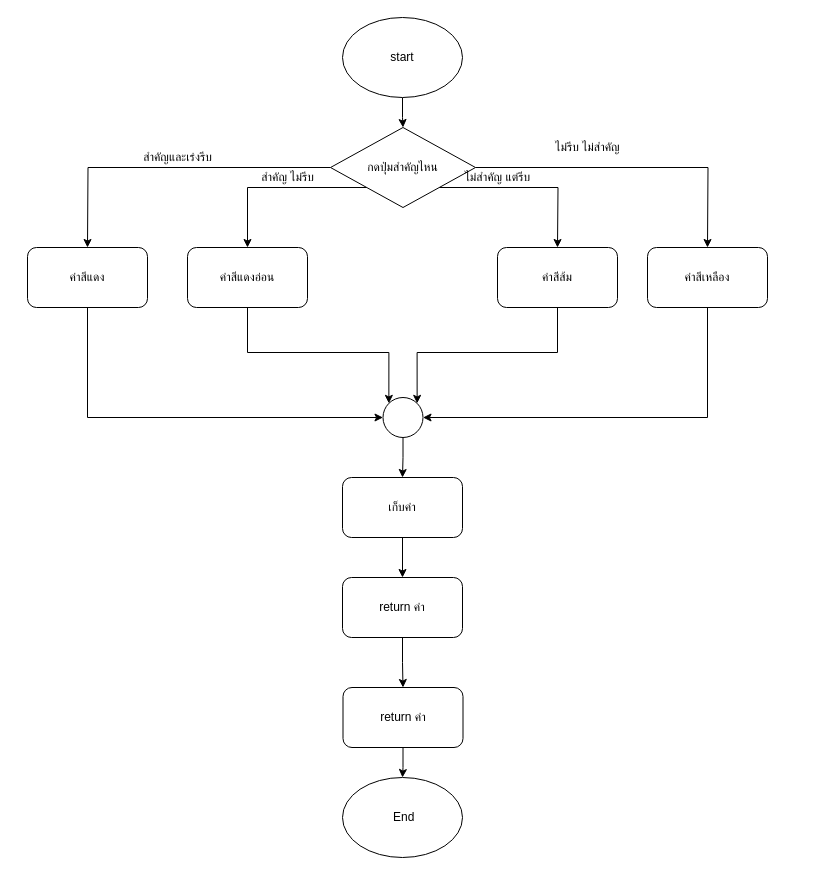
Earlier version of the draw.io diagram page "function check important" (3 of 8) of prototype.drawio (Putthima/PSIT_Project_2020). Source tidied: cells renumbered, new cells numbered last; positions are measured from the earlier drawing's top-left corner, leaving out a move shared by most shapes. Both pictures are drawn from the tidied source at 100%, with x=0, y=0 at pixel (27, 17).
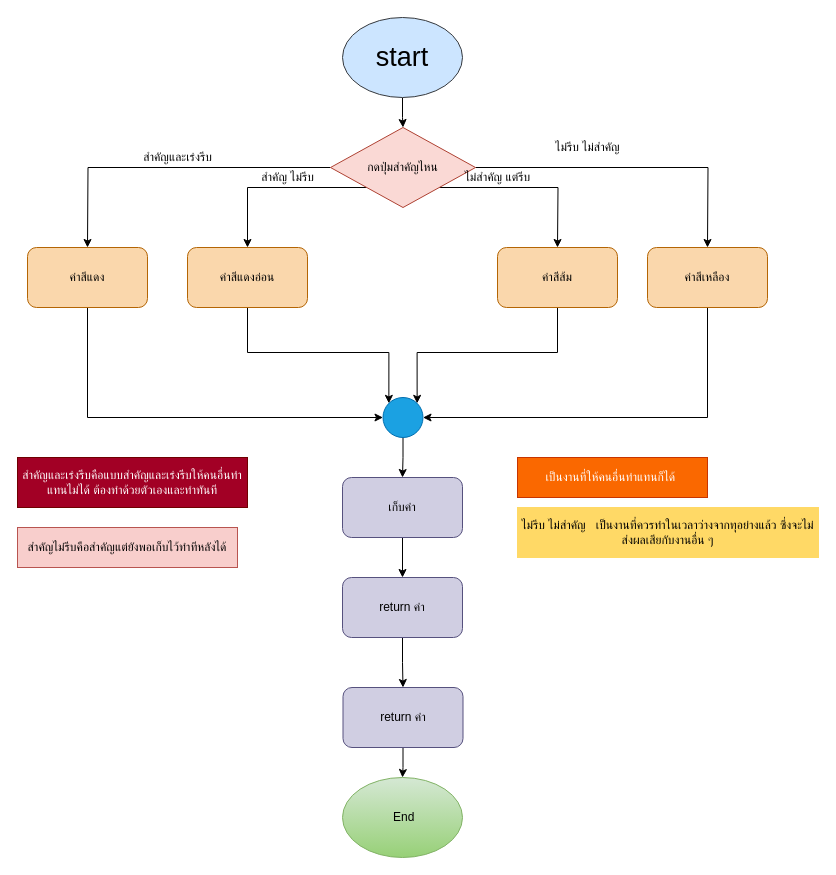
The same page after the edit.

What changed in the source:
```diff
@@
-    <mxCell id="3" value="start" style="ellipse;whiteSpace=wrap;html=1;" parent="1" vertex="1">
+    <mxCell id="3" value="start" style="ellipse;whiteSpace=wrap;html=1;fontSize=27;fillColor=#cce5ff;strokeColor=#36393d;" parent="1" vertex="1">
       <mxGeometry x="315" width="120" height="80" as="geometry" />
     </mxCell>
@@
-    <mxCell id="8" value="กดปุ่มสำคัญไหน" style="rhombus;whiteSpace=wrap;html=1;" parent="1" vertex="1">
+    <mxCell id="8" value="กดปุ่มสำคัญไหน" style="rhombus;whiteSpace=wrap;html=1;fillColor=#fad9d5;strokeColor=#ae4132;" parent="1" vertex="1">
       <mxGeometry x="303" y="110" width="145" height="80" as="geometry" />
     </mxCell>
@@
-    <mxCell id="10" value="ค่าสีแดง" style="rounded=1;whiteSpace=wrap;html=1;" parent="1" vertex="1">
+    <mxCell id="10" value="ค่าสีแดง" style="rounded=1;whiteSpace=wrap;html=1;fillColor=#fad7ac;strokeColor=#b46504;" parent="1" vertex="1">
       <mxGeometry y="230" width="120" height="60" as="geometry" />
     </mxCell>
@@
-    <mxCell id="12" value="ค่าสีแดงอ่อน" style="rounded=1;whiteSpace=wrap;html=1;" parent="1" vertex="1">
+    <mxCell id="12" value="ค่าสีแดงอ่อน" style="rounded=1;whiteSpace=wrap;html=1;fillColor=#fad7ac;strokeColor=#b46504;" parent="1" vertex="1">
       <mxGeometry x="160" y="230" width="120" height="60" as="geometry" />
     </mxCell>
@@
-    <mxCell id="14" value="ค่าสีส้ม" style="rounded=1;whiteSpace=wrap;html=1;" parent="1" vertex="1">
+    <mxCell id="14" value="ค่าสีส้ม" style="rounded=1;whiteSpace=wrap;html=1;fillColor=#fad7ac;strokeColor=#b46504;" parent="1" vertex="1">
       <mxGeometry x="470" y="230" width="120" height="60" as="geometry" />
     </mxCell>
@@
-    <mxCell id="16" value="ค่าสีเหลือง" style="rounded=1;whiteSpace=wrap;html=1;" parent="1" vertex="1">
+    <mxCell id="16" value="ค่าสีเหลือง" style="rounded=1;whiteSpace=wrap;html=1;fillColor=#fad7ac;strokeColor=#b46504;" parent="1" vertex="1">
       <mxGeometry x="620" y="230" width="120" height="60" as="geometry" />
     </mxCell>
@@
-    <mxCell id="22" style="ellipse;whiteSpace=wrap;html=1;" parent="1" vertex="1">
+    <mxCell id="22" style="ellipse;whiteSpace=wrap;html=1;fillColor=#1ba1e2;strokeColor=#006EAF;fontColor=#ffffff;" parent="1" vertex="1">
       <mxGeometry x="355.5" y="380" width="40" height="40" as="geometry" />
     </mxCell>
@@
-    <mxCell id="24" value="เก็บค่า" style="rounded=1;whiteSpace=wrap;html=1;" parent="1" vertex="1">
+    <mxCell id="24" value="เก็บค่า" style="rounded=1;whiteSpace=wrap;html=1;fillColor=#d0cee2;strokeColor=#56517e;" parent="1" vertex="1">
       <mxGeometry x="315" y="460" width="120" height="60" as="geometry" />
     </mxCell>
@@
-    <mxCell id="26" value="return ค่า" style="rounded=1;whiteSpace=wrap;html=1;" parent="1" vertex="1">
+    <mxCell id="26" value="return ค่า" style="rounded=1;whiteSpace=wrap;html=1;fillColor=#d0cee2;strokeColor=#56517e;" parent="1" vertex="1">
       <mxGeometry x="315" y="560" width="120" height="60" as="geometry" />
     </mxCell>
-    <mxCell id="27" value="&amp;nbsp;End" style="ellipse;whiteSpace=wrap;html=1;rounded=1;" parent="1" vertex="1">
+    <mxCell id="27" value="&amp;nbsp;End" style="ellipse;whiteSpace=wrap;html=1;rounded=1;fillColor=#d5e8d4;strokeColor=#82b366;gradientColor=#97d077;" parent="1" vertex="1">
       <mxGeometry x="315" y="760" width="120" height="80" as="geometry" />
     </mxCell>
@@
-    <mxCell id="29" value="return ค่า" style="rounded=1;whiteSpace=wrap;html=1;" parent="1" vertex="1">
+    <mxCell id="29" value="return ค่า" style="rounded=1;whiteSpace=wrap;html=1;fillColor=#d0cee2;strokeColor=#56517e;" parent="1" vertex="1">
       <mxGeometry x="315.5" y="670" width="120" height="60" as="geometry" />
     </mxCell>
+    <mxCell id="30" value="สำคัญและเร่งรีบคือแบบสำคัญและเร่งรีบให้คนอื่นทำแทนไม่ได้ ต้องทำด้วยตัวเองและทำทันที" style="text;html=1;strokeColor=#6F0000;fillColor=#a20025;align=center;verticalAlign=middle;whiteSpace=wrap;rounded=0;fontColor=#ffffff;" parent="1" vertex="1">
+      <mxGeometry x="-10" y="440" width="230" height="50" as="geometry" />
+    </mxCell>
+    <mxCell id="31" value="สำคัญไม่รีบคือสำคัญแต่ยังพอเก็บไว้ทำทีหลังได้" style="text;html=1;strokeColor=#b85450;fillColor=#f8cecc;align=center;verticalAlign=middle;whiteSpace=wrap;rounded=0;" parent="1" vertex="1">
+      <mxGeometry x="-10" y="510" width="220" height="40" as="geometry" />
+    </mxCell>
+    <mxCell id="32" value="ไม่รีบ ไม่สำคัญ&amp;nbsp; &amp;nbsp;เป็นงานที่ควรทำในเวลาว่างจากทุอย่างแล้ว ซึ่งจะไม่ส่งผลเสียกับงานอื่น ๆ" style="text;html=1;align=center;verticalAlign=middle;whiteSpace=wrap;rounded=0;strokeColor=#FFD966;fillColor=#FFD966;" parent="1" vertex="1">
+      <mxGeometry x="490" y="490" width="301" height="50" as="geometry" />
+    </mxCell>
+    <mxCell id="33" value="เป็นงานที่ให้คนอื่นทำแทนก็ได้&amp;nbsp;" style="text;html=1;strokeColor=#C73500;fillColor=#fa6800;align=center;verticalAlign=middle;whiteSpace=wrap;rounded=0;fontColor=#ffffff;" parent="1" vertex="1">
+      <mxGeometry x="490" y="440" width="190" height="40" as="geometry" />
+    </mxCell>
```
